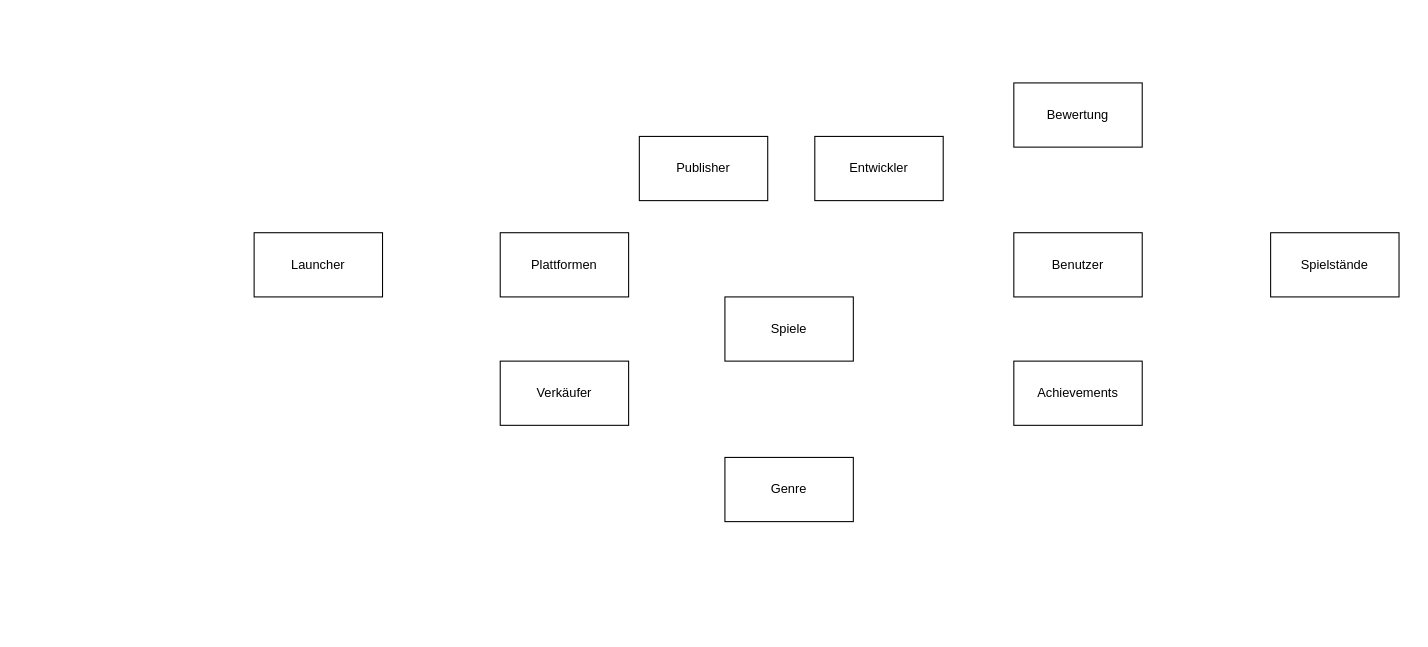
Before: ER Modell (Chen).drawio in PlegaardAphorus/Videospiele_DBKProjekt, a draw.io diagram. Source tidied: cells renumbered, new cells numbered last; positions are measured from the earlier drawing's top-left corner, leaving out a move shared by most shapes. Both pictures are drawn from the tidied source at 107%, with x=0, y=0 at pixel (254, 82).
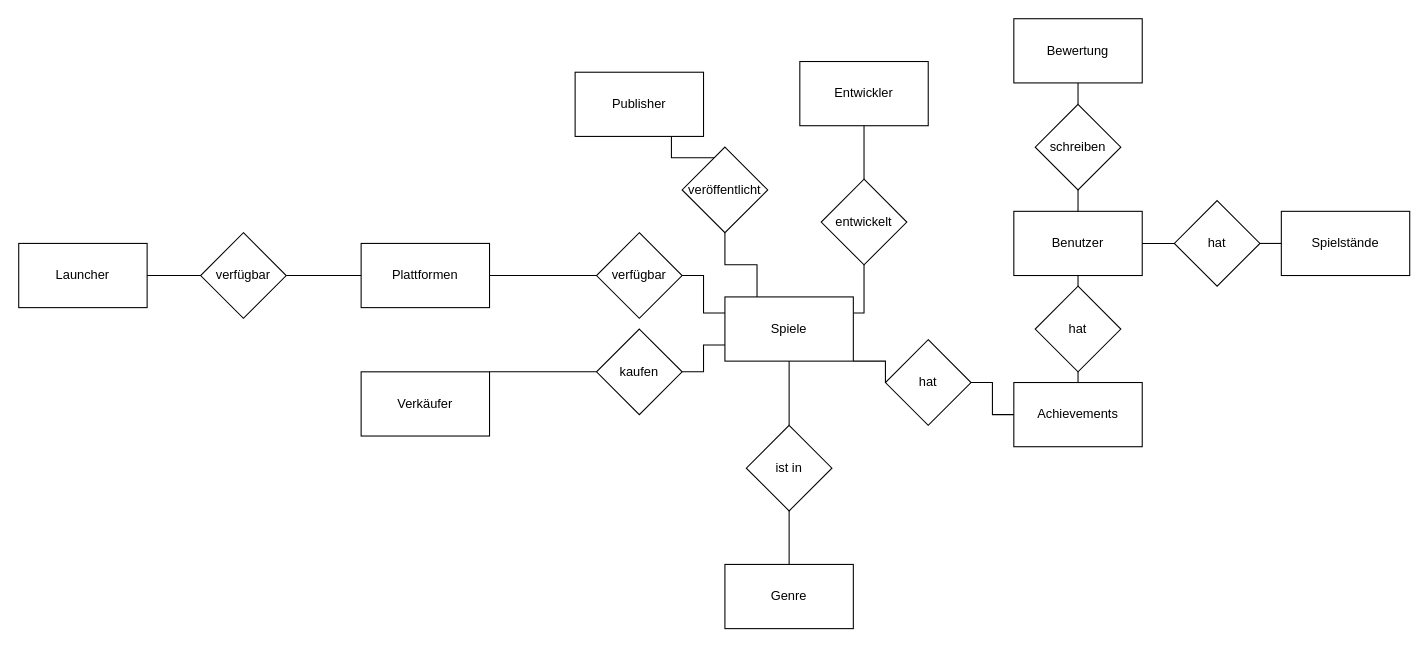
Above is the later version.

Unchanged cells that the change refers to:
```xml
<mxCell id="2" value="&lt;div&gt;Spiele&lt;/div&gt;" style="rounded=0;whiteSpace=wrap;html=1;" parent="1" vertex="1">
  <mxGeometry x="440" y="200" width="120" height="60" as="geometry" />
</mxCell>
```

What changed in the source:
```diff
@@
+    <mxCell id="13" style="edgeStyle=orthogonalEdgeStyle;rounded=0;jettySize=auto;html=1;exitX=1;exitY=1;exitDx=0;exitDy=0;entryX=0;entryY=0.5;entryDx=0;entryDy=0;endArrow=none;endFill=0;" parent="1" edge="1" source="2" target="17">
+      <mxGeometry relative="1" as="geometry" />
+    </mxCell>
+    <mxCell id="14" style="edgeStyle=orthogonalEdgeStyle;rounded=0;jettySize=auto;html=1;exitX=1;exitY=0.25;exitDx=0;exitDy=0;entryX=0.5;entryY=1;entryDx=0;entryDy=0;endArrow=none;endFill=0;" parent="1" edge="1" source="2" target="31">
+      <mxGeometry relative="1" as="geometry">
+        <Array as="points">
+          <mxPoint x="570" y="215" />
+        </Array>
+      </mxGeometry>
+    </mxCell>
@@
     <mxCell id="3" value="&lt;div&gt;Entwickler&lt;/div&gt;" style="rounded=0;whiteSpace=wrap;html=1;" parent="1" vertex="1">
-      <mxGeometry x="524" y="50" width="120" height="60" as="geometry" />
+      <mxGeometry x="510" y="-20" width="120" height="60" as="geometry" />
     </mxCell>
     <mxCell id="4" value="&lt;div&gt;Plattformen&lt;/div&gt;" style="rounded=0;whiteSpace=wrap;html=1;" parent="1" vertex="1">
-      <mxGeometry x="230" y="140" width="120" height="60" as="geometry" />
+      <mxGeometry x="100" y="150" width="120" height="60" as="geometry" />
     </mxCell>
     <mxCell id="5" value="&lt;div&gt;Launcher&lt;/div&gt;" style="rounded=0;whiteSpace=wrap;html=1;" parent="1" vertex="1">
-      <mxGeometry y="140" width="120" height="60" as="geometry" />
+      <mxGeometry x="-220" y="150" width="120" height="60" as="geometry" />
     </mxCell>
     <mxCell id="6" value="Benutzer" style="rounded=0;whiteSpace=wrap;html=1;" parent="1" vertex="1">
-      <mxGeometry x="710" y="140" width="120" height="60" as="geometry" />
+      <mxGeometry x="710" y="120" width="120" height="60" as="geometry" />
     </mxCell>
     <mxCell id="7" value="Bewertung" style="rounded=0;whiteSpace=wrap;html=1;" parent="1" vertex="1">
-      <mxGeometry x="710" width="120" height="60" as="geometry" />
+      <mxGeometry x="710" y="-60" width="120" height="60" as="geometry" />
     </mxCell>
     <mxCell id="8" value="Spielstände" style="rounded=0;whiteSpace=wrap;html=1;" parent="1" vertex="1">
-      <mxGeometry x="950" y="140" width="120" height="60" as="geometry" />
+      <mxGeometry x="960" y="120" width="120" height="60" as="geometry" />
     </mxCell>
+    <mxCell id="15" style="edgeStyle=orthogonalEdgeStyle;rounded=0;jettySize=auto;html=1;exitX=0.75;exitY=1;exitDx=0;exitDy=0;entryX=0.5;entryY=0;entryDx=0;entryDy=0;endArrow=none;endFill=0;" parent="1" edge="1" source="9" target="33">
+      <mxGeometry relative="1" as="geometry" />
+    </mxCell>
     <mxCell id="9" value="Publisher" style="rounded=0;whiteSpace=wrap;html=1;" parent="1" vertex="1">
-      <mxGeometry x="360" y="50" width="120" height="60" as="geometry" />
+      <mxGeometry x="300" y="-10" width="120" height="60" as="geometry" />
     </mxCell>
     <mxCell id="10" value="Achievements" style="rounded=0;whiteSpace=wrap;html=1;" parent="1" vertex="1">
-      <mxGeometry x="710" y="260" width="120" height="60" as="geometry" />
+      <mxGeometry x="710" y="280" width="120" height="60" as="geometry" />
     </mxCell>
     <mxCell id="11" value="Verkäufer" style="rounded=0;whiteSpace=wrap;html=1;" parent="1" vertex="1">
-      <mxGeometry x="230" y="260" width="120" height="60" as="geometry" />
+      <mxGeometry x="100" y="270" width="120" height="60" as="geometry" />
     </mxCell>
     <mxCell id="12" value="Genre" style="rounded=0;whiteSpace=wrap;html=1;" parent="1" vertex="1">
-      <mxGeometry x="440" y="350" width="120" height="60" as="geometry" />
+      <mxGeometry x="440" y="450" width="120" height="60" as="geometry" />
     </mxCell>
+    <mxCell id="16" style="edgeStyle=orthogonalEdgeStyle;rounded=0;jettySize=auto;html=1;exitX=1;exitY=0.5;exitDx=0;exitDy=0;entryX=0;entryY=0.5;entryDx=0;entryDy=0;curved=0;endArrow=none;endFill=0;" parent="1" edge="1" source="17" target="10">
+      <mxGeometry relative="1" as="geometry" />
+    </mxCell>
+    <mxCell id="17" value="hat" style="rhombus;whiteSpace=wrap;html=1;" parent="1" vertex="1">
+      <mxGeometry x="590" y="240" width="80" height="80" as="geometry" />
+    </mxCell>
+    <mxCell id="18" style="edgeStyle=orthogonalEdgeStyle;rounded=0;jettySize=auto;html=1;exitX=0.5;exitY=0;exitDx=0;exitDy=0;entryX=0.5;entryY=1;entryDx=0;entryDy=0;endArrow=none;endFill=0;" parent="1" edge="1" source="19" target="2">
+      <mxGeometry relative="1" as="geometry" />
+    </mxCell>
+    <mxCell id="19" value="ist in" style="rhombus;whiteSpace=wrap;html=1;" parent="1" vertex="1">
+      <mxGeometry x="460" y="320" width="80" height="80" as="geometry" />
+    </mxCell>
+    <mxCell id="20" style="edgeStyle=orthogonalEdgeStyle;rounded=0;jettySize=auto;html=1;exitX=0.5;exitY=1;exitDx=0;exitDy=0;entryX=0.5;entryY=0;entryDx=0;entryDy=0;endArrow=none;endFill=0;" parent="1" edge="1" source="19" target="12">
+      <mxGeometry relative="1" as="geometry" />
+    </mxCell>
+    <mxCell id="21" style="edgeStyle=orthogonalEdgeStyle;rounded=0;jettySize=auto;html=1;exitX=0;exitY=0.5;exitDx=0;exitDy=0;entryX=1;entryY=0;entryDx=0;entryDy=0;endArrow=none;endFill=0;" parent="1" edge="1" source="23" target="11">
+      <mxGeometry relative="1" as="geometry">
+        <Array as="points">
+          <mxPoint x="220" y="270" />
+        </Array>
+      </mxGeometry>
+    </mxCell>
+    <mxCell id="22" style="edgeStyle=orthogonalEdgeStyle;rounded=0;jettySize=auto;html=1;exitX=1;exitY=0.5;exitDx=0;exitDy=0;entryX=0;entryY=0.75;entryDx=0;entryDy=0;endArrow=none;endFill=0;" parent="1" edge="1" source="23" target="2">
+      <mxGeometry relative="1" as="geometry">
+        <Array as="points">
+          <mxPoint x="420" y="270" />
+          <mxPoint x="420" y="245" />
+        </Array>
+      </mxGeometry>
+    </mxCell>
+    <mxCell id="23" value="&lt;div&gt;kaufen&lt;br&gt;&lt;/div&gt;" style="rhombus;whiteSpace=wrap;html=1;" parent="1" vertex="1">
+      <mxGeometry x="320" y="230" width="80" height="80" as="geometry" />
+    </mxCell>
+    <mxCell id="24" style="edgeStyle=orthogonalEdgeStyle;rounded=0;jettySize=auto;html=1;exitX=1;exitY=0.5;exitDx=0;exitDy=0;entryX=0;entryY=0.25;entryDx=0;entryDy=0;endArrow=none;endFill=0;" parent="1" edge="1" source="26" target="2">
+      <mxGeometry relative="1" as="geometry" />
+    </mxCell>
+    <mxCell id="25" style="edgeStyle=orthogonalEdgeStyle;rounded=0;jettySize=auto;html=1;exitX=0;exitY=0.5;exitDx=0;exitDy=0;endArrow=none;endFill=0;" parent="1" edge="1" source="26" target="4">
+      <mxGeometry relative="1" as="geometry" />
+    </mxCell>
+    <mxCell id="26" value="verfügbar" style="rhombus;whiteSpace=wrap;html=1;" parent="1" vertex="1">
+      <mxGeometry x="320" y="140" width="80" height="80" as="geometry" />
+    </mxCell>
+    <mxCell id="27" style="edgeStyle=orthogonalEdgeStyle;rounded=0;jettySize=auto;html=1;exitX=1;exitY=0.5;exitDx=0;exitDy=0;endArrow=none;endFill=0;" parent="1" edge="1" source="29" target="4">
+      <mxGeometry relative="1" as="geometry" />
+    </mxCell>
+    <mxCell id="28" style="edgeStyle=orthogonalEdgeStyle;rounded=0;jettySize=auto;html=1;exitX=0;exitY=0.5;exitDx=0;exitDy=0;entryX=1;entryY=0.5;entryDx=0;entryDy=0;endArrow=none;endFill=0;startArrow=none;startFill=0;" parent="1" edge="1" source="29" target="5">
+      <mxGeometry relative="1" as="geometry" />
+    </mxCell>
+    <mxCell id="29" value="&lt;div&gt;verfügbar&lt;/div&gt;" style="rhombus;whiteSpace=wrap;html=1;" parent="1" vertex="1">
+      <mxGeometry x="-50" y="140" width="80" height="80" as="geometry" />
+    </mxCell>
+    <mxCell id="30" style="edgeStyle=orthogonalEdgeStyle;rounded=0;jettySize=auto;html=1;exitX=0.5;exitY=0;exitDx=0;exitDy=0;entryX=0.5;entryY=1;entryDx=0;entryDy=0;endArrow=none;endFill=0;" parent="1" edge="1" source="31" target="3">
+      <mxGeometry relative="1" as="geometry" />
+    </mxCell>
+    <mxCell id="31" value="entwickelt" style="rhombus;whiteSpace=wrap;html=1;" parent="1" vertex="1">
+      <mxGeometry x="530" y="90" width="80" height="80" as="geometry" />
+    </mxCell>
+    <mxCell id="32" style="edgeStyle=orthogonalEdgeStyle;rounded=0;jettySize=auto;html=1;exitX=0.5;exitY=1;exitDx=0;exitDy=0;entryX=0.25;entryY=0;entryDx=0;entryDy=0;endArrow=none;endFill=0;" parent="1" edge="1" source="33" target="2">
+      <mxGeometry relative="1" as="geometry" />
+    </mxCell>
+    <mxCell id="33" value="&lt;div&gt;veröffentlicht&lt;/div&gt;" style="rhombus;whiteSpace=wrap;html=1;" parent="1" vertex="1">
+      <mxGeometry x="400" y="60" width="80" height="80" as="geometry" />
+    </mxCell>
+    <mxCell id="34" style="edgeStyle=orthogonalEdgeStyle;rounded=0;jettySize=auto;html=1;exitX=1;exitY=0.5;exitDx=0;exitDy=0;entryX=0;entryY=0.5;entryDx=0;entryDy=0;endArrow=none;endFill=0;" parent="1" edge="1" source="36" target="8">
+      <mxGeometry relative="1" as="geometry" />
+    </mxCell>
+    <mxCell id="35" style="edgeStyle=orthogonalEdgeStyle;rounded=0;jettySize=auto;html=1;exitX=0;exitY=0.5;exitDx=0;exitDy=0;entryX=1;entryY=0.5;entryDx=0;entryDy=0;endArrow=none;endFill=0;" parent="1" edge="1" source="36" target="6">
+      <mxGeometry relative="1" as="geometry" />
+    </mxCell>
+    <mxCell id="36" value="hat" style="rhombus;whiteSpace=wrap;html=1;" parent="1" vertex="1">
+      <mxGeometry x="860" y="110" width="80" height="80" as="geometry" />
+    </mxCell>
+    <mxCell id="37" style="edgeStyle=orthogonalEdgeStyle;rounded=0;jettySize=auto;html=1;exitX=0.5;exitY=0;exitDx=0;exitDy=0;entryX=0.5;entryY=1;entryDx=0;entryDy=0;endArrow=none;endFill=0;" parent="1" edge="1" source="39" target="6">
+      <mxGeometry relative="1" as="geometry" />
+    </mxCell>
+    <mxCell id="38" style="edgeStyle=orthogonalEdgeStyle;rounded=0;jettySize=auto;html=1;exitX=0.5;exitY=1;exitDx=0;exitDy=0;entryX=0.5;entryY=0;entryDx=0;entryDy=0;endArrow=none;endFill=0;" parent="1" edge="1" source="39" target="10">
+      <mxGeometry relative="1" as="geometry" />
+    </mxCell>
+    <mxCell id="39" value="hat" style="rhombus;whiteSpace=wrap;html=1;" parent="1" vertex="1">
+      <mxGeometry x="730" y="190" width="80" height="80" as="geometry" />
+    </mxCell>
+    <mxCell id="40" style="edgeStyle=orthogonalEdgeStyle;rounded=0;jettySize=auto;html=1;exitX=0.5;exitY=0;exitDx=0;exitDy=0;entryX=0.5;entryY=1;entryDx=0;entryDy=0;endArrow=none;endFill=0;" parent="1" edge="1" source="42" target="7">
+      <mxGeometry relative="1" as="geometry" />
+    </mxCell>
+    <mxCell id="41" style="edgeStyle=orthogonalEdgeStyle;rounded=0;jettySize=auto;html=1;exitX=0.5;exitY=1;exitDx=0;exitDy=0;entryX=0.5;entryY=0;entryDx=0;entryDy=0;endArrow=none;endFill=0;" parent="1" edge="1" source="42" target="6">
+      <mxGeometry relative="1" as="geometry" />
+    </mxCell>
+    <mxCell id="42" value="schreiben" style="rhombus;whiteSpace=wrap;html=1;" parent="1" vertex="1">
+      <mxGeometry x="730" y="20" width="80" height="80" as="geometry" />
+    </mxCell>
```
